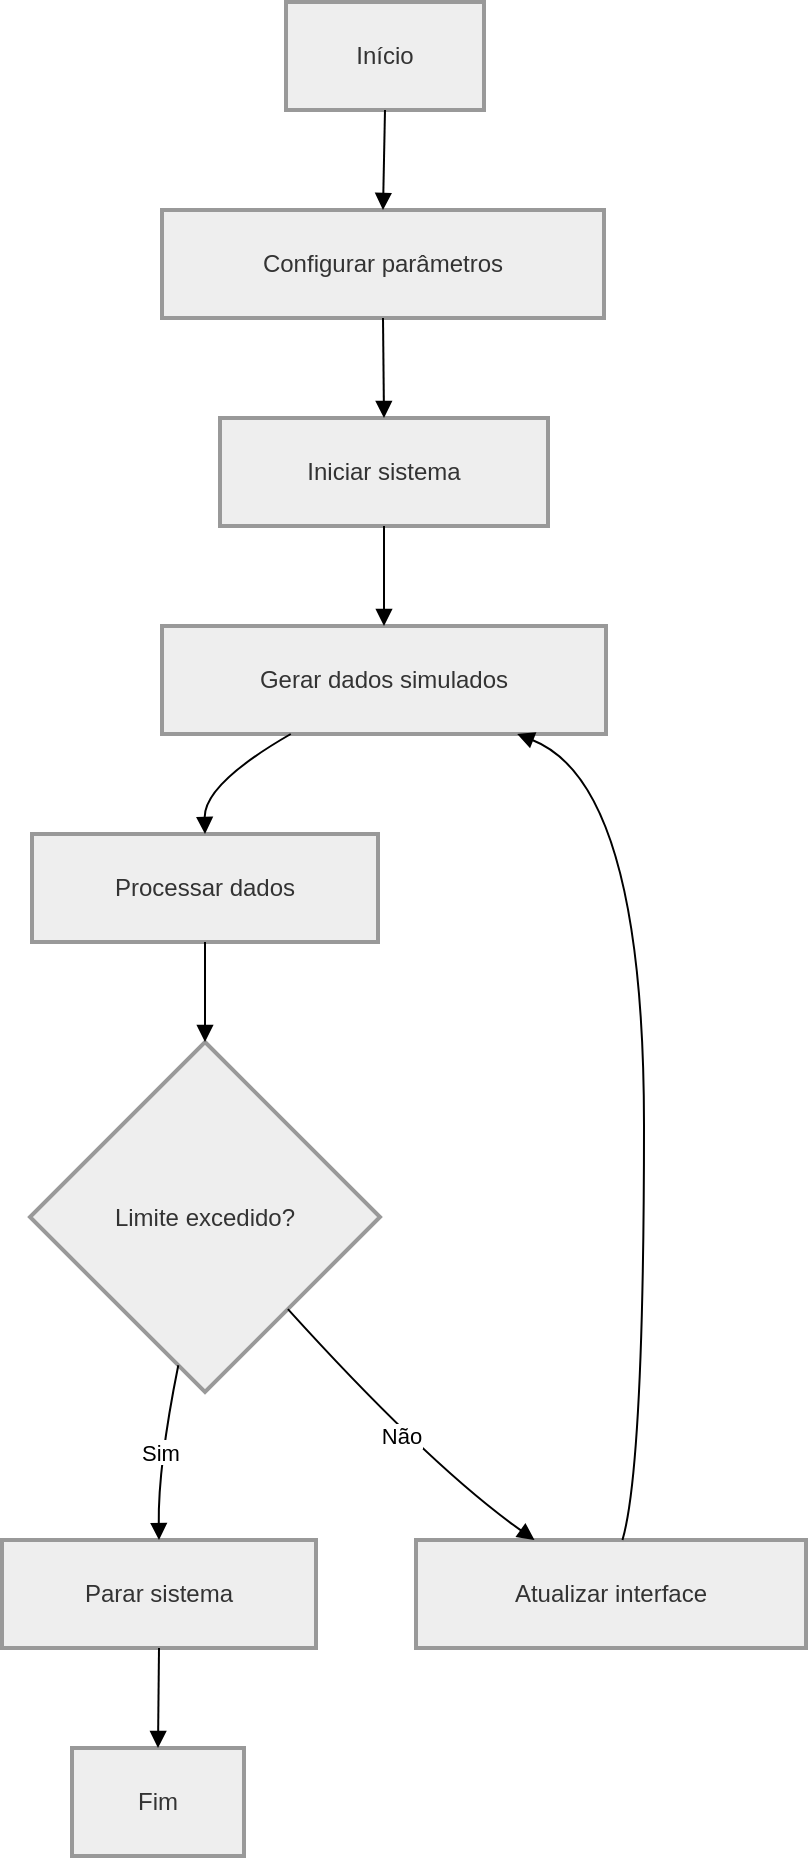
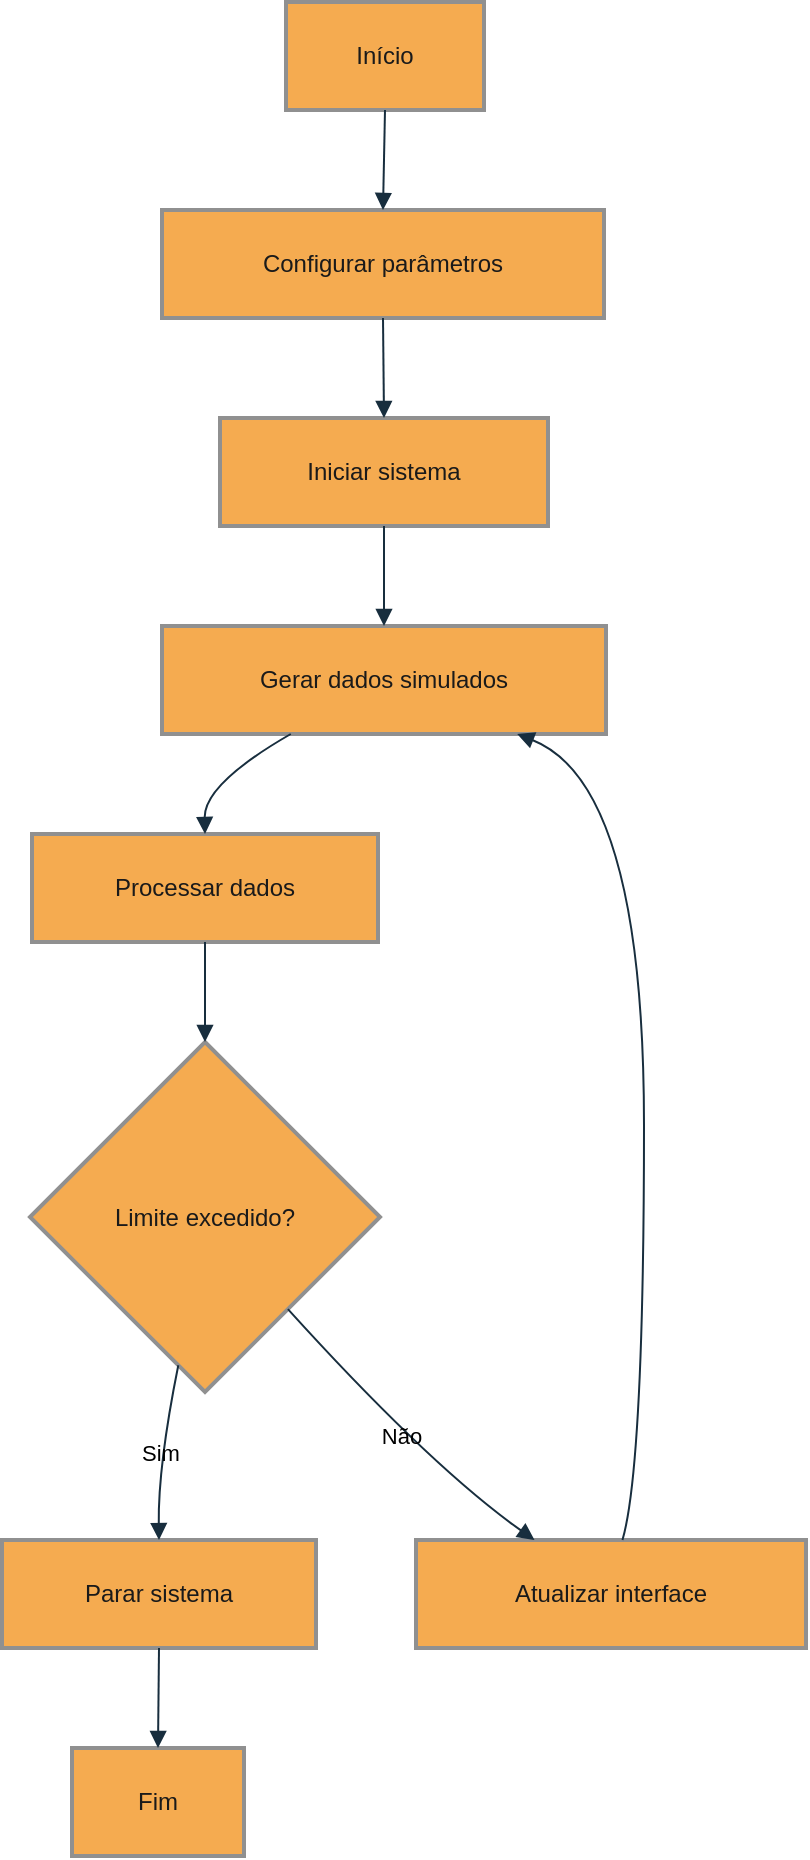
<mxfile host="Electron" agent="Mozilla/5.0 (Windows NT 10.0; Win64; x64) AppleWebKit/537.36 (KHTML, like Gecko) draw.io/29.6.6 Chrome/144.0.7559.236 Electron/40.8.4 Safari/537.36" version="29.6.6">
  <diagram name="Página-1" id="63gYxBsPaarODH8hY1k4">
-     <mxGraphModel dx="1603" dy="963" grid="1" gridSize="10" guides="1" tooltips="1" connect="1" arrows="1" fold="1" page="1" pageScale="1" pageWidth="827" pageHeight="1169" math="0" shadow="0">
+     <mxGraphModel dx="1603" dy="963" grid="0" gridSize="10" guides="1" tooltips="1" connect="1" arrows="1" fold="1" page="1" pageScale="1" pageWidth="827" pageHeight="1169" background="#FFFFFF" math="0" shadow="0">
      <root>
        <mxCell id="0" />
        <mxCell id="1" parent="0" />
-         <mxCell id="yIWSX8JQS0jpfQ5vpIln-1" parent="1" style="whiteSpace=wrap;strokeWidth=2;fillColor=light-dark(#eeeeee,#1f2020);strokeColor=light-dark(#999999,#cccccc);fontColor=light-dark(#333333,#cccccc);" value="Início" vertex="1">
+         <mxCell id="yIWSX8JQS0jpfQ5vpIln-1" parent="1" style="whiteSpace=wrap;strokeWidth=2;fillColor=#F5AB50;strokeColor=#909090;fontColor=#1A1A1A;labelBackgroundColor=none;" value="Início" vertex="1">
          <mxGeometry height="54" width="99" x="162" y="20" as="geometry" />
        </mxCell>
-         <mxCell id="yIWSX8JQS0jpfQ5vpIln-2" parent="1" style="whiteSpace=wrap;strokeWidth=2;fillColor=light-dark(#eeeeee,#1f2020);strokeColor=light-dark(#999999,#cccccc);fontColor=light-dark(#333333,#cccccc);" value="Configurar parâmetros" vertex="1">
+         <mxCell id="yIWSX8JQS0jpfQ5vpIln-2" parent="1" style="whiteSpace=wrap;strokeWidth=2;fillColor=#F5AB50;strokeColor=#909090;fontColor=#1A1A1A;labelBackgroundColor=none;" value="Configurar parâmetros" vertex="1">
          <mxGeometry height="54" width="221" x="100" y="124" as="geometry" />
        </mxCell>
-         <mxCell id="yIWSX8JQS0jpfQ5vpIln-3" parent="1" style="whiteSpace=wrap;strokeWidth=2;fillColor=light-dark(#eeeeee,#1f2020);strokeColor=light-dark(#999999,#cccccc);fontColor=light-dark(#333333,#cccccc);" value="Iniciar sistema" vertex="1">
+         <mxCell id="yIWSX8JQS0jpfQ5vpIln-3" parent="1" style="whiteSpace=wrap;strokeWidth=2;fillColor=#F5AB50;strokeColor=#909090;fontColor=#1A1A1A;labelBackgroundColor=none;" value="Iniciar sistema" vertex="1">
          <mxGeometry height="54" width="164" x="129" y="228" as="geometry" />
        </mxCell>
-         <mxCell id="yIWSX8JQS0jpfQ5vpIln-4" parent="1" style="whiteSpace=wrap;strokeWidth=2;fillColor=light-dark(#eeeeee,#1f2020);strokeColor=light-dark(#999999,#cccccc);fontColor=light-dark(#333333,#cccccc);" value="Gerar dados simulados" vertex="1">
+         <mxCell id="yIWSX8JQS0jpfQ5vpIln-4" parent="1" style="whiteSpace=wrap;strokeWidth=2;fillColor=#F5AB50;strokeColor=#909090;fontColor=#1A1A1A;labelBackgroundColor=none;" value="Gerar dados simulados" vertex="1">
          <mxGeometry height="54" width="222" x="100" y="332" as="geometry" />
        </mxCell>
-         <mxCell id="yIWSX8JQS0jpfQ5vpIln-5" parent="1" style="whiteSpace=wrap;strokeWidth=2;fillColor=light-dark(#eeeeee,#1f2020);strokeColor=light-dark(#999999,#cccccc);fontColor=light-dark(#333333,#cccccc);" value="Processar dados" vertex="1">
+         <mxCell id="yIWSX8JQS0jpfQ5vpIln-5" parent="1" style="whiteSpace=wrap;strokeWidth=2;fillColor=#F5AB50;strokeColor=#909090;fontColor=#1A1A1A;labelBackgroundColor=none;" value="Processar dados" vertex="1">
          <mxGeometry height="54" width="173" x="35" y="436" as="geometry" />
        </mxCell>
-         <mxCell id="yIWSX8JQS0jpfQ5vpIln-6" parent="1" style="rhombus;strokeWidth=2;whiteSpace=wrap;fillColor=light-dark(#eeeeee,#1f2020);strokeColor=light-dark(#999999,#cccccc);fontColor=light-dark(#333333,#cccccc);" value="Limite excedido?" vertex="1">
+         <mxCell id="yIWSX8JQS0jpfQ5vpIln-6" parent="1" style="rhombus;strokeWidth=2;whiteSpace=wrap;fillColor=#F5AB50;strokeColor=#909090;fontColor=#1A1A1A;labelBackgroundColor=none;" value="Limite excedido?" vertex="1">
          <mxGeometry height="175" width="175" x="34" y="540" as="geometry" />
        </mxCell>
-         <mxCell id="yIWSX8JQS0jpfQ5vpIln-7" parent="1" style="whiteSpace=wrap;strokeWidth=2;fillColor=light-dark(#eeeeee,#1f2020);strokeColor=light-dark(#999999,#cccccc);fontColor=light-dark(#333333,#cccccc);" value="Parar sistema" vertex="1">
+         <mxCell id="yIWSX8JQS0jpfQ5vpIln-7" parent="1" style="whiteSpace=wrap;strokeWidth=2;fillColor=#F5AB50;strokeColor=#909090;fontColor=#1A1A1A;labelBackgroundColor=none;" value="Parar sistema" vertex="1">
          <mxGeometry height="54" width="157" x="20" y="789" as="geometry" />
        </mxCell>
-         <mxCell id="yIWSX8JQS0jpfQ5vpIln-8" parent="1" style="whiteSpace=wrap;strokeWidth=2;fillColor=light-dark(#eeeeee,#1f2020);strokeColor=light-dark(#999999,#cccccc);fontColor=light-dark(#333333,#cccccc);" value="Atualizar interface" vertex="1">
+         <mxCell id="yIWSX8JQS0jpfQ5vpIln-8" parent="1" style="whiteSpace=wrap;strokeWidth=2;fillColor=#F5AB50;strokeColor=#909090;fontColor=#1A1A1A;labelBackgroundColor=none;" value="Atualizar interface" vertex="1">
          <mxGeometry height="54" width="195" x="227" y="789" as="geometry" />
        </mxCell>
-         <mxCell id="yIWSX8JQS0jpfQ5vpIln-9" parent="1" style="whiteSpace=wrap;strokeWidth=2;fillColor=light-dark(#eeeeee,#1f2020);strokeColor=light-dark(#999999,#cccccc);fontColor=light-dark(#333333,#cccccc);" value="Fim" vertex="1">
+         <mxCell id="yIWSX8JQS0jpfQ5vpIln-9" parent="1" style="whiteSpace=wrap;strokeWidth=2;fillColor=#F5AB50;strokeColor=#909090;fontColor=#1A1A1A;labelBackgroundColor=none;" value="Fim" vertex="1">
          <mxGeometry height="54" width="86" x="55" y="893" as="geometry" />
        </mxCell>
-         <mxCell id="yIWSX8JQS0jpfQ5vpIln-10" edge="1" parent="1" source="yIWSX8JQS0jpfQ5vpIln-1" style="curved=1;startArrow=none;endArrow=block;exitX=0.5;exitY=1;entryX=0.5;entryY=0;rounded=0;" target="yIWSX8JQS0jpfQ5vpIln-2" value="">
+         <mxCell id="yIWSX8JQS0jpfQ5vpIln-10" edge="1" parent="1" source="yIWSX8JQS0jpfQ5vpIln-1" style="curved=1;startArrow=none;endArrow=block;exitX=0.5;exitY=1;entryX=0.5;entryY=0;rounded=0;labelBackgroundColor=none;strokeColor=#182E3E;fontColor=default;" target="yIWSX8JQS0jpfQ5vpIln-2" value="">
          <mxGeometry relative="1" as="geometry">
            <Array as="points" />
          </mxGeometry>
        </mxCell>
-         <mxCell id="yIWSX8JQS0jpfQ5vpIln-11" edge="1" parent="1" source="yIWSX8JQS0jpfQ5vpIln-2" style="curved=1;startArrow=none;endArrow=block;exitX=0.5;exitY=1;entryX=0.5;entryY=0;rounded=0;" target="yIWSX8JQS0jpfQ5vpIln-3" value="">
+         <mxCell id="yIWSX8JQS0jpfQ5vpIln-11" edge="1" parent="1" source="yIWSX8JQS0jpfQ5vpIln-2" style="curved=1;startArrow=none;endArrow=block;exitX=0.5;exitY=1;entryX=0.5;entryY=0;rounded=0;labelBackgroundColor=none;strokeColor=#182E3E;fontColor=default;" target="yIWSX8JQS0jpfQ5vpIln-3" value="">
          <mxGeometry relative="1" as="geometry">
            <Array as="points" />
          </mxGeometry>
        </mxCell>
-         <mxCell id="yIWSX8JQS0jpfQ5vpIln-12" edge="1" parent="1" source="yIWSX8JQS0jpfQ5vpIln-3" style="curved=1;startArrow=none;endArrow=block;exitX=0.5;exitY=1;entryX=0.5;entryY=0;rounded=0;" target="yIWSX8JQS0jpfQ5vpIln-4" value="">
+         <mxCell id="yIWSX8JQS0jpfQ5vpIln-12" edge="1" parent="1" source="yIWSX8JQS0jpfQ5vpIln-3" style="curved=1;startArrow=none;endArrow=block;exitX=0.5;exitY=1;entryX=0.5;entryY=0;rounded=0;labelBackgroundColor=none;strokeColor=#182E3E;fontColor=default;" target="yIWSX8JQS0jpfQ5vpIln-4" value="">
          <mxGeometry relative="1" as="geometry">
            <Array as="points" />
          </mxGeometry>
        </mxCell>
-         <mxCell id="yIWSX8JQS0jpfQ5vpIln-13" edge="1" parent="1" source="yIWSX8JQS0jpfQ5vpIln-4" style="curved=1;startArrow=none;endArrow=block;exitX=0.29;exitY=1;entryX=0.5;entryY=0;rounded=0;" target="yIWSX8JQS0jpfQ5vpIln-5" value="">
+         <mxCell id="yIWSX8JQS0jpfQ5vpIln-13" edge="1" parent="1" source="yIWSX8JQS0jpfQ5vpIln-4" style="curved=1;startArrow=none;endArrow=block;exitX=0.29;exitY=1;entryX=0.5;entryY=0;rounded=0;labelBackgroundColor=none;strokeColor=#182E3E;fontColor=default;" target="yIWSX8JQS0jpfQ5vpIln-5" value="">
          <mxGeometry relative="1" as="geometry">
            <Array as="points">
              <mxPoint x="121" y="411" />
            </Array>
          </mxGeometry>
        </mxCell>
-         <mxCell id="yIWSX8JQS0jpfQ5vpIln-14" edge="1" parent="1" source="yIWSX8JQS0jpfQ5vpIln-5" style="curved=1;startArrow=none;endArrow=block;exitX=0.5;exitY=1;entryX=0.5;entryY=0;rounded=0;" target="yIWSX8JQS0jpfQ5vpIln-6" value="">
+         <mxCell id="yIWSX8JQS0jpfQ5vpIln-14" edge="1" parent="1" source="yIWSX8JQS0jpfQ5vpIln-5" style="curved=1;startArrow=none;endArrow=block;exitX=0.5;exitY=1;entryX=0.5;entryY=0;rounded=0;labelBackgroundColor=none;strokeColor=#182E3E;fontColor=default;" target="yIWSX8JQS0jpfQ5vpIln-6" value="">
          <mxGeometry relative="1" as="geometry">
            <Array as="points" />
          </mxGeometry>
        </mxCell>
-         <mxCell id="yIWSX8JQS0jpfQ5vpIln-15" edge="1" parent="1" source="yIWSX8JQS0jpfQ5vpIln-6" style="curved=1;startArrow=none;endArrow=block;exitX=0.41;exitY=1;entryX=0.5;entryY=-0.01;rounded=0;" target="yIWSX8JQS0jpfQ5vpIln-7" value="Sim">
+         <mxCell id="yIWSX8JQS0jpfQ5vpIln-15" edge="1" parent="1" source="yIWSX8JQS0jpfQ5vpIln-6" style="curved=1;startArrow=none;endArrow=block;exitX=0.41;exitY=1;entryX=0.5;entryY=-0.01;rounded=0;labelBackgroundColor=none;strokeColor=#182E3E;fontColor=default;" target="yIWSX8JQS0jpfQ5vpIln-7" value="Sim">
          <mxGeometry relative="1" as="geometry">
            <Array as="points">
              <mxPoint x="98" y="752" />
            </Array>
          </mxGeometry>
        </mxCell>
-         <mxCell id="yIWSX8JQS0jpfQ5vpIln-16" edge="1" parent="1" source="yIWSX8JQS0jpfQ5vpIln-6" style="curved=1;startArrow=none;endArrow=block;exitX=0.95;exitY=1;entryX=0.3;entryY=-0.01;rounded=0;" target="yIWSX8JQS0jpfQ5vpIln-8" value="Não">
+         <mxCell id="yIWSX8JQS0jpfQ5vpIln-16" edge="1" parent="1" source="yIWSX8JQS0jpfQ5vpIln-6" style="curved=1;startArrow=none;endArrow=block;exitX=0.95;exitY=1;entryX=0.3;entryY=-0.01;rounded=0;labelBackgroundColor=none;strokeColor=#182E3E;fontColor=default;" target="yIWSX8JQS0jpfQ5vpIln-8" value="Não">
          <mxGeometry relative="1" as="geometry">
            <Array as="points">
              <mxPoint x="234" y="752" />
            </Array>
          </mxGeometry>
        </mxCell>
-         <mxCell id="yIWSX8JQS0jpfQ5vpIln-17" edge="1" parent="1" source="yIWSX8JQS0jpfQ5vpIln-8" style="curved=1;startArrow=none;endArrow=block;exitX=0.53;exitY=-0.01;entryX=0.8;entryY=1;rounded=0;" target="yIWSX8JQS0jpfQ5vpIln-4" value="">
+         <mxCell id="yIWSX8JQS0jpfQ5vpIln-17" edge="1" parent="1" source="yIWSX8JQS0jpfQ5vpIln-8" style="curved=1;startArrow=none;endArrow=block;exitX=0.53;exitY=-0.01;entryX=0.8;entryY=1;rounded=0;labelBackgroundColor=none;strokeColor=#182E3E;fontColor=default;" target="yIWSX8JQS0jpfQ5vpIln-4" value="">
          <mxGeometry relative="1" as="geometry">
            <Array as="points">
              <mxPoint x="341" y="752" />
              <mxPoint x="341" y="411" />
            </Array>
          </mxGeometry>
        </mxCell>
-         <mxCell id="yIWSX8JQS0jpfQ5vpIln-18" edge="1" parent="1" source="yIWSX8JQS0jpfQ5vpIln-7" style="curved=1;startArrow=none;endArrow=block;exitX=0.5;exitY=0.99;entryX=0.5;entryY=-0.01;rounded=0;" target="yIWSX8JQS0jpfQ5vpIln-9" value="">
+         <mxCell id="yIWSX8JQS0jpfQ5vpIln-18" edge="1" parent="1" source="yIWSX8JQS0jpfQ5vpIln-7" style="curved=1;startArrow=none;endArrow=block;exitX=0.5;exitY=0.99;entryX=0.5;entryY=-0.01;rounded=0;labelBackgroundColor=none;strokeColor=#182E3E;fontColor=default;" target="yIWSX8JQS0jpfQ5vpIln-9" value="">
          <mxGeometry relative="1" as="geometry">
            <Array as="points" />
          </mxGeometry>
        </mxCell>
      </root>
    </mxGraphModel>
  </diagram>
</mxfile>
